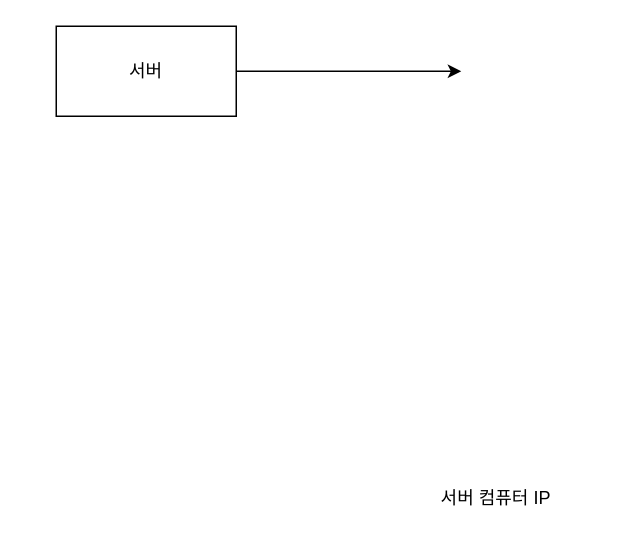
jh051777/chat keeps this draw.io diagram as 소켓 통신.drawio. Above is the earlier version. Source tidied: cells renumbered, new cells numbered last; positions are measured from the earlier drawing's top-left corner, leaving out a move shared by most shapes. Both pictures are drawn from the tidied source at 150%, with x=0, y=0 at pixel (56, 26).
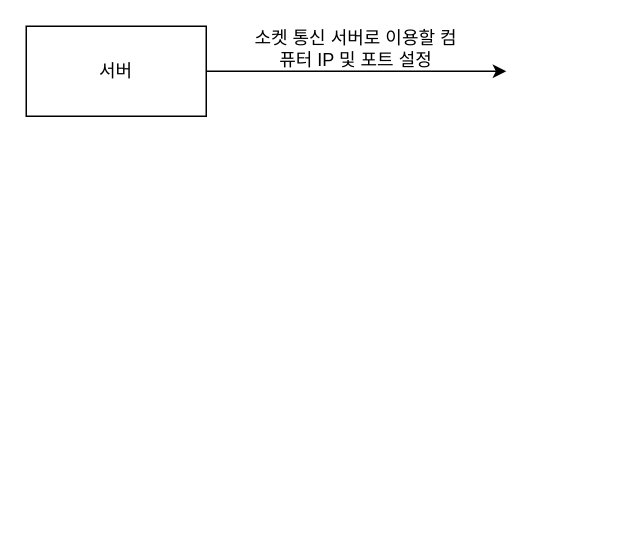
The same diagram, later.

Commit message (it also covers changes not shown here):
소켓 통신.drawio 업데이트

What changed in the source:
```diff
@@
 <mxGraphModel>
   <root>
     <mxCell id="0" />
     <mxCell id="1" parent="0" />
     <mxCell id="2" style="edgeStyle=orthogonalEdgeStyle;rounded=0;jettySize=auto;html=1;exitX=1;exitY=0.5;exitDx=0;exitDy=0;" parent="1" edge="1" source="3">
       <mxGeometry relative="1" as="geometry">
-        <mxPoint x="270" y="30" as="targetPoint" />
+        <mxPoint x="300" y="30" as="targetPoint" />
       </mxGeometry>
     </mxCell>
     <mxCell id="3" value="서버" style="rounded=0;whiteSpace=wrap;html=1;" parent="1" vertex="1">
-      <mxGeometry width="120" height="60" as="geometry" />
+      <mxGeometry x="-20" width="120" height="60" as="geometry" />
     </mxCell>
-    <mxCell id="4" value="서버 컴퓨터 IP&amp;nbsp;" style="text;html=1;align=center;verticalAlign=middle;whiteSpace=wrap;rounded=0;" parent="1" vertex="1">
-      <mxGeometry x="230" y="300" width="130" height="30" as="geometry" />
+    <mxCell id="4" value="소켓 통신 서버로 이용할 컴퓨터 IP 및 포트 설정" style="text;html=1;align=center;verticalAlign=middle;whiteSpace=wrap;rounded=0;" parent="1" vertex="1">
+      <mxGeometry x="130" width="140" height="30" as="geometry" />
     </mxCell>
   </root>
 </mxGraphModel>
```
